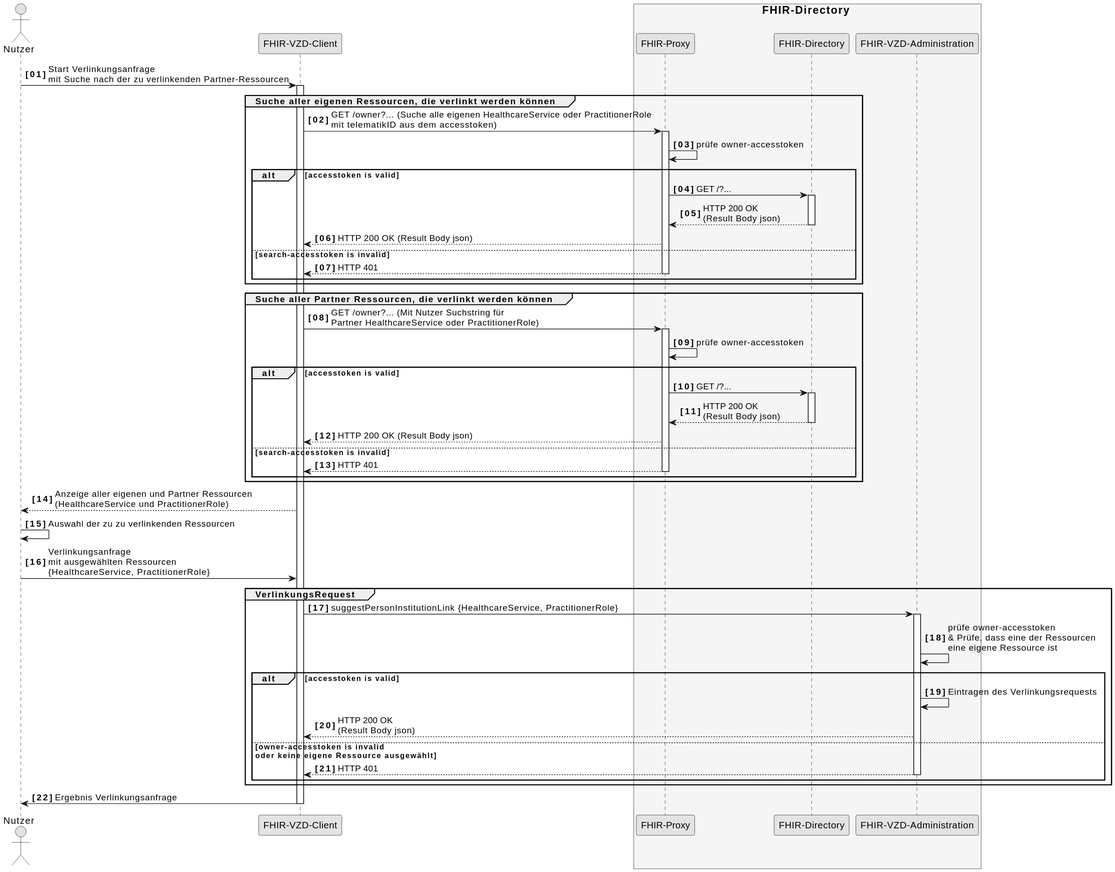
gematik/api-vzd keeps this PlantUML diagram as images/diagrams/SequenceDiagram.FHIR-Directory.LinkRequest.svg. Above is the earlier version. The source it was exported from:
```plantuml
@startuml SequenceDiagram.FHIR-Directory.linkRequest
skinparam dpi 100
skinparam WrapWidth 200
skinparam monochrome true
autonumber "<b>[00]"

actor Nutzer
participant cl as "FHIR-VZD-Client"
box <size:16>FHIR-Directory</size> #WhiteSmoke
  participant fp as "FHIR-Proxy"
  participant fd as "FHIR-Directory"
  participant fa as "FHIR-VZD-Administration"
end box

Nutzer -> cl:Start Verlinkungsanfrage \nmit Suche nach der zu verlinkenden Partner-Ressourcen
activate cl

group Suche aller eigenen Ressourcen, die verlinkt werden können
  cl -> fp: GET /owner?... (Suche alle eigenen HealthcareService oder PractitionerRole \nmit telematikID aus dem accesstoken)
  activate fp
  fp -> fp: prüfe owner-accesstoken

    alt accesstoken is valid
      fp -> fd: GET /?...
      activate fd
      fd --> fp: HTTP 200 OK\n(Result Body json)
      deactivate fd
      fp --> cl: HTTP 200 OK (Result Body json)
     else search-accesstoken is invalid
      fp --> cl: HTTP 401
      deactivate fp
     end
end

group Suche aller Partner Ressourcen, die verlinkt werden können
  cl -> fp: GET /owner?... (Mit Nutzer Suchstring für \nPartner HealthcareService oder PractitionerRole)
  activate fp
  fp -> fp: prüfe owner-accesstoken

    alt accesstoken is valid
      fp -> fd: GET /?...
      activate fd
      fd --> fp: HTTP 200 OK\n(Result Body json)
      deactivate fd
      fp --> cl: HTTP 200 OK (Result Body json)
     else search-accesstoken is invalid
      fp --> cl: HTTP 401
      deactivate fp
     end
end

cl --> Nutzer:Anzeige aller eigenen und Partner Ressourcen \n(HealthcareService und PractitionerRole)
Nutzer -> Nutzer: Auswahl der zu zu verlinkenden Ressourcen
Nutzer -> cl: Verlinkungsanfrage \nmit ausgewählten Ressourcen \n{HealthcareService, PractitionerRole}

group VerlinkungsRequest
  cl -> fa: suggestPersonInstitutionLink {HealthcareService, PractitionerRole}
  activate fa
  fa -> fa: prüfe owner-accesstoken\n& Prüfe, dass eine der Ressourcen \neine eigene Ressource ist

    alt accesstoken is valid
      fa -> fa: Eintragen des Verlinkungsrequests
      fa --> cl: HTTP 200 OK\n(Result Body json)

     else owner-accesstoken is invalid\noder keine eigene Ressource ausgewählt
      fa --> cl: HTTP 401
      deactivate fa
     end
end

cl -> Nutzer: Ergebnis Verlinkungsanfrage

deactivate cl

@enduml
```
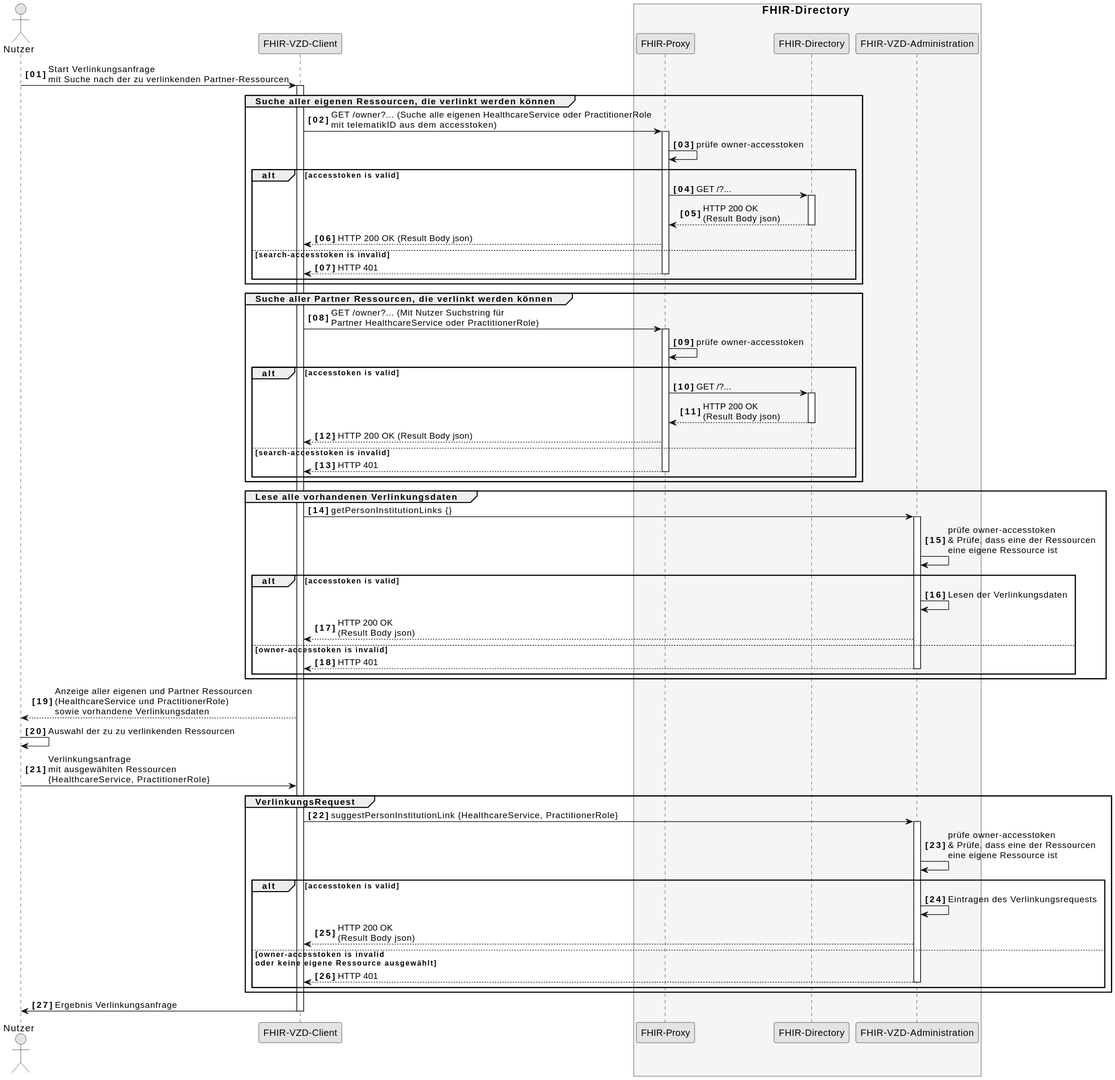
After the commit.

Commit message:
Commit from GitHub Actions (GeneratePlantumlImages)

Diff of the diagram source:
```diff
@@ -49,7 +49,22 @@
      end
 end
 
-cl --> Nutzer:Anzeige aller eigenen und Partner Ressourcen \n(HealthcareService und PractitionerRole)
+group Lese alle vorhandenen Verlinkungsdaten
+  cl -> fa: getPersonInstitutionLinks {}
+  activate fa
+  fa -> fa: prüfe owner-accesstoken\n& Prüfe, dass eine der Ressourcen \neine eigene Ressource ist
+
+    alt accesstoken is valid
+      fa -> fa: Lesen der Verlinkungsdaten
+      fa --> cl: HTTP 200 OK\n(Result Body json)
+
+     else owner-accesstoken is invalid
+      fa --> cl: HTTP 401
+      deactivate fa
+     end
+end
+
+cl --> Nutzer:Anzeige aller eigenen und Partner Ressourcen \n(HealthcareService und PractitionerRole) \nsowie vorhandene Verlinkungsdaten
 Nutzer -> Nutzer: Auswahl der zu zu verlinkenden Ressourcen
 Nutzer -> cl: Verlinkungsanfrage \nmit ausgewählten Ressourcen \n{HealthcareService, PractitionerRole}
 
```
